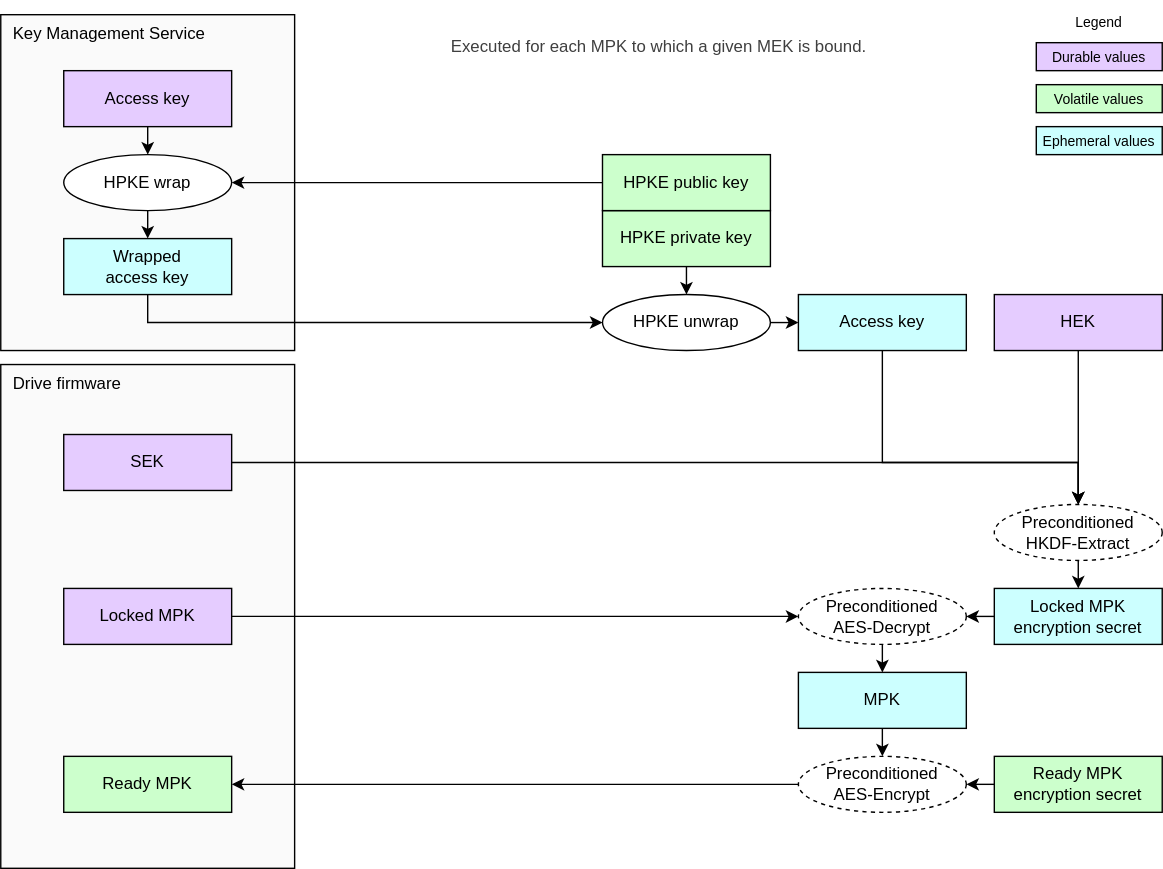
Above: doc/ocp_lock/diagrams/mpk_ready.drawio.svg in chipsalliance/Caliptra (draw.io), before the change. Source tidied: cells renumbered, new cells last; positions are measured from the earlier drawing's top-left corner, leaving out a move shared by most shapes.
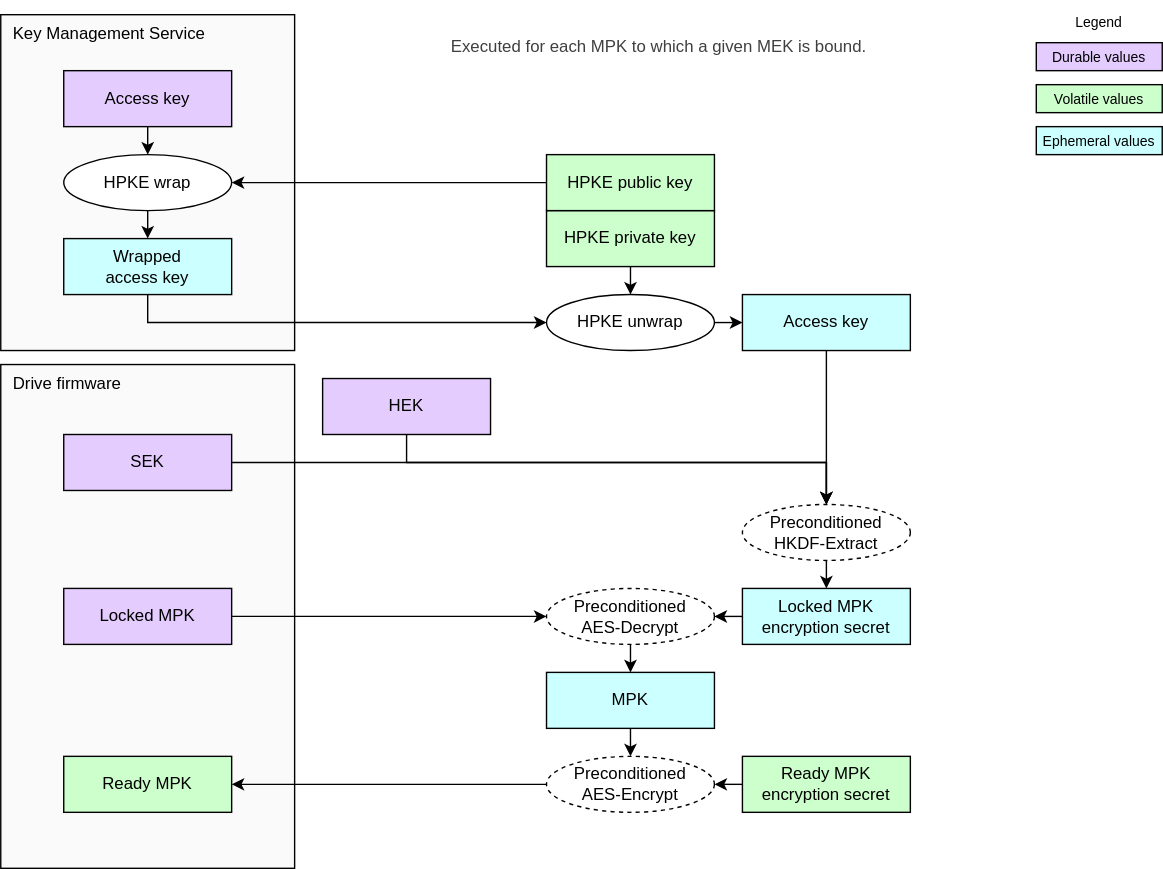
The same file after the commit.

Change to the diagram source:
```diff
@@ -15,25 +15,25 @@
       <mxGeometry x="45" y="540" width="120" height="40" as="geometry" />
     </mxCell>
     <mxCell id="6" value="&lt;div&gt;&lt;font color=&quot;#000000&quot;&gt;HEK&lt;/font&gt;&lt;/div&gt;" style="rounded=0;whiteSpace=wrap;html=1;align=center;verticalAlign=middle;shadow=0;glass=0;spacingLeft=0;spacingBottom=0;spacingTop=0;fillColor=#E5CCFF;" parent="1" vertex="1">
-      <mxGeometry x="710" y="210" width="120" height="40" as="geometry" />
+      <mxGeometry x="230" y="270" width="120" height="40" as="geometry" />
     </mxCell>
     <mxCell id="7" style="edgeStyle=none;html=1;exitX=0.5;exitY=1;exitDx=0;exitDy=0;entryX=0.5;entryY=0;entryDx=0;entryDy=0;" parent="1" edge="1" source="8" target="12">
       <mxGeometry relative="1" as="geometry" />
     </mxCell>
     <mxCell id="8" value="&lt;div&gt;&lt;font color=&quot;#000000&quot;&gt;MPK&lt;/font&gt;&lt;/div&gt;" style="rounded=0;whiteSpace=wrap;html=1;align=center;verticalAlign=middle;shadow=0;glass=0;spacingLeft=0;spacingBottom=0;spacingTop=0;fillColor=#CCFFFF;" parent="1" vertex="1">
-      <mxGeometry x="570" y="480" width="120" height="40" as="geometry" />
+      <mxGeometry x="390" y="480" width="120" height="40" as="geometry" />
     </mxCell>
     <mxCell id="9" value="&lt;div&gt;&lt;font color=&quot;#000000&quot;&gt;Access key&lt;/font&gt;&lt;/div&gt;" style="rounded=0;whiteSpace=wrap;html=1;align=center;verticalAlign=middle;shadow=0;glass=0;spacingLeft=0;spacingBottom=0;spacingTop=0;fillColor=#CCFFFF;" parent="1" vertex="1">
-      <mxGeometry x="570" y="210" width="120" height="40" as="geometry" />
+      <mxGeometry x="530" y="210" width="120" height="40" as="geometry" />
     </mxCell>
     <mxCell id="10" style="edgeStyle=none;html=1;exitX=0;exitY=0.5;exitDx=0;exitDy=0;entryX=1;entryY=0.5;entryDx=0;entryDy=0;" parent="1" edge="1" source="11" target="12">
       <mxGeometry relative="1" as="geometry" />
     </mxCell>
     <mxCell id="11" value="&lt;div&gt;&lt;font color=&quot;#000000&quot;&gt;Ready MPK encryption secret&lt;/font&gt;&lt;/div&gt;" style="rounded=0;whiteSpace=wrap;html=1;align=center;verticalAlign=middle;shadow=0;glass=0;spacingLeft=0;spacingBottom=0;spacingTop=0;fillColor=#CCFFCC;" parent="1" vertex="1">
-      <mxGeometry x="710" y="540" width="120" height="40" as="geometry" />
+      <mxGeometry x="530" y="540" width="120" height="40" as="geometry" />
     </mxCell>
     <mxCell id="12" value="Preconditioned&lt;div&gt;AES-Encrypt&lt;/div&gt;" style="ellipse;whiteSpace=wrap;html=1;fillColor=#FFFFFF;dashed=1;" parent="1" vertex="1">
-      <mxGeometry x="570" y="540" width="120" height="40" as="geometry" />
+      <mxGeometry x="390" y="540" width="120" height="40" as="geometry" />
     </mxCell>
     <mxCell id="13" style="endArrow=classic;html=1;exitX=1;exitY=0.5;exitDx=0;exitDy=0;entryX=0;entryY=0.5;entryDx=0;entryDy=0;endSize=6;startSize=6;" parent="1" edge="1" source="4" target="41">
       <mxGeometry relative="1" as="geometry" />
@@ -41,8 +41,8 @@
     <mxCell id="14" style="endArrow=classic;html=1;exitX=0.5;exitY=1;exitDx=0;exitDy=0;endSize=6;startSize=6;edgeStyle=orthogonalEdgeStyle;rounded=0;curved=0;entryX=0.5;entryY=0;entryDx=0;entryDy=0;" parent="1" edge="1" source="9" target="37">
       <mxGeometry relative="1" as="geometry">
         <Array as="points">
-          <mxPoint x="630" y="330" />
-          <mxPoint x="770" y="330" />
+          <mxPoint x="590" y="350" />
+          <mxPoint x="590" y="350" />
         </Array>
       </mxGeometry>
     </mxCell>
@@ -50,13 +50,18 @@
       <mxGeometry relative="1" as="geometry" />
     </mxCell>
     <mxCell id="16" style="edgeStyle=segmentEdgeStyle;endArrow=classic;html=1;curved=0;rounded=0;endSize=6;startSize=6;exitX=0.5;exitY=1;exitDx=0;exitDy=0;entryX=0.5;entryY=0;entryDx=0;entryDy=0;" parent="1" edge="1" source="6" target="37">
-      <mxGeometry relative="1" as="geometry" />
+      <mxGeometry relative="1" as="geometry">
+        <Array as="points">
+          <mxPoint x="290" y="330" />
+          <mxPoint x="590" y="330" />
+        </Array>
+      </mxGeometry>
     </mxCell>
     <mxCell id="17" value="&lt;div&gt;&lt;font color=&quot;#000000&quot;&gt;HPKE private key&lt;/font&gt;&lt;/div&gt;" style="rounded=0;whiteSpace=wrap;html=1;align=center;verticalAlign=middle;shadow=0;glass=0;spacingLeft=0;spacingBottom=0;spacingTop=0;fillColor=#CCFFCC;" parent="1" vertex="1">
-      <mxGeometry x="430" y="150" width="120" height="40" as="geometry" />
+      <mxGeometry x="390" y="150" width="120" height="40" as="geometry" />
     </mxCell>
     <mxCell id="18" value="HPKE unwrap" style="ellipse;whiteSpace=wrap;html=1;fillColor=#FFFFFF;" parent="1" vertex="1">
-      <mxGeometry x="430" y="210" width="120" height="40" as="geometry" />
+      <mxGeometry x="390" y="210" width="120" height="40" as="geometry" />
     </mxCell>
     <mxCell id="19" style="endArrow=classic;html=1;exitX=1;exitY=0.5;exitDx=0;exitDy=0;endSize=6;startSize=6;" parent="1" edge="1" source="18" target="9">
       <mxGeometry relative="1" as="geometry" />
@@ -68,15 +73,10 @@
       <mxGeometry x="45" y="110" width="120" height="40" as="geometry" />
     </mxCell>
     <mxCell id="22" value="&lt;div&gt;&lt;font color=&quot;#000000&quot;&gt;HPKE public key&lt;/font&gt;&lt;/div&gt;" style="rounded=0;whiteSpace=wrap;html=1;align=center;verticalAlign=middle;shadow=0;glass=0;spacingLeft=0;spacingBottom=0;spacingTop=0;fillColor=#CCFFCC;" parent="1" vertex="1">
-      <mxGeometry x="430" y="110" width="120" height="40" as="geometry" />
+      <mxGeometry x="390" y="110" width="120" height="40" as="geometry" />
     </mxCell>
-    <mxCell id="23" style="edgeStyle=segmentEdgeStyle;endArrow=classic;html=1;curved=0;rounded=0;endSize=6;startSize=6;exitX=0;exitY=0.5;exitDx=0;exitDy=0;entryX=1;entryY=0.5;entryDx=0;entryDy=0;" parent="1" edge="1" source="22" target="21">
-      <mxGeometry relative="1" as="geometry">
-        <Array as="points">
-          <mxPoint x="410" y="130" />
-          <mxPoint x="410" y="130" />
-        </Array>
-      </mxGeometry>
+    <mxCell id="23" style="endArrow=classic;html=1;rounded=0;endSize=6;startSize=6;exitX=0;exitY=0.5;exitDx=0;exitDy=0;entryX=1;entryY=0.5;entryDx=0;entryDy=0;" parent="1" edge="1" source="22" target="21">
+      <mxGeometry relative="1" as="geometry" />
     </mxCell>
     <mxCell id="24" style="endArrow=classic;html=1;exitX=0.5;exitY=1;exitDx=0;exitDy=0;entryX=0.5;entryY=0;entryDx=0;entryDy=0;endSize=6;startSize=6;" parent="1" edge="1" source="21" target="20">
       <mxGeometry relative="1" as="geometry" />
@@ -118,7 +118,7 @@
     <mxCell id="35" style="endArrow=classic;html=1;exitX=1;exitY=0.5;exitDx=0;exitDy=0;endSize=6;startSize=6;edgeStyle=orthogonalEdgeStyle;rounded=0;entryX=0.5;entryY=0;entryDx=0;entryDy=0;" parent="1" edge="1" source="34" target="37">
       <mxGeometry relative="1" as="geometry">
         <Array as="points">
-          <mxPoint x="770" y="330" />
+          <mxPoint x="590" y="330" />
         </Array>
       </mxGeometry>
     </mxCell>
@@ -126,23 +126,23 @@
       <mxGeometry relative="1" as="geometry" />
     </mxCell>
     <mxCell id="37" value="Preconditioned&lt;div&gt;HKDF-Extract&lt;/div&gt;" style="ellipse;whiteSpace=wrap;html=1;fillColor=#FFFFFF;dashed=1;" parent="1" vertex="1">
-      <mxGeometry x="710" y="360" width="120" height="40" as="geometry" />
+      <mxGeometry x="530" y="360" width="120" height="40" as="geometry" />
     </mxCell>
     <mxCell id="38" style="edgeStyle=none;html=1;exitX=0;exitY=0.5;exitDx=0;exitDy=0;entryX=1;entryY=0.5;entryDx=0;entryDy=0;" parent="1" edge="1" source="39">
       <mxGeometry relative="1" as="geometry">
-        <mxPoint x="690" y="440" as="targetPoint" />
+        <mxPoint x="510" y="440" as="targetPoint" />
       </mxGeometry>
     </mxCell>
     <mxCell id="39" value="&lt;div&gt;&lt;font color=&quot;#000000&quot;&gt;Locked MPK encryption secret&lt;/font&gt;&lt;/div&gt;" style="rounded=0;whiteSpace=wrap;html=1;align=center;verticalAlign=middle;shadow=0;glass=0;spacingLeft=0;spacingBottom=0;spacingTop=0;fillColor=#CCFFFF;" parent="1" vertex="1">
-      <mxGeometry x="710" y="420" width="120" height="40" as="geometry" />
+      <mxGeometry x="530" y="420" width="120" height="40" as="geometry" />
     </mxCell>
     <mxCell id="40" style="edgeStyle=none;html=1;exitX=0.5;exitY=1;exitDx=0;exitDy=0;entryX=0.5;entryY=0;entryDx=0;entryDy=0;" parent="1" edge="1" target="8">
       <mxGeometry relative="1" as="geometry">
-        <mxPoint x="630" y="460" as="sourcePoint" />
+        <mxPoint x="450" y="460" as="sourcePoint" />
       </mxGeometry>
     </mxCell>
     <mxCell id="41" value="Preconditioned&lt;div&gt;AES-Decrypt&lt;/div&gt;" style="ellipse;whiteSpace=wrap;html=1;fillColor=#FFFFFF;dashed=1;" parent="1" vertex="1">
-      <mxGeometry x="570" y="420" width="120" height="40" as="geometry" />
+      <mxGeometry x="390" y="420" width="120" height="40" as="geometry" />
     </mxCell>
   </root>
 </mxGraphModel>
```
